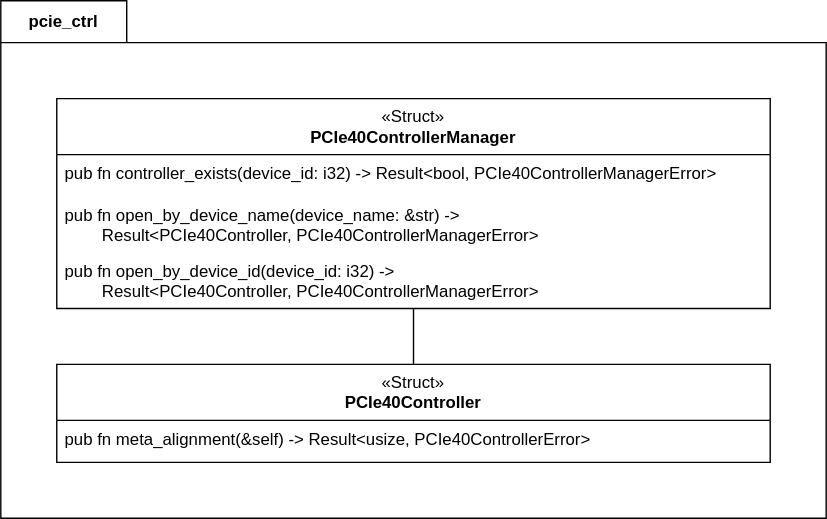
This is docs/assets/pcie40_ctrl_diagram.svg from Tikitikitikidesuka/ibverbs-rs, a draw.io export, as it was before one commit. Source tidied: cells renumbered, new cells last; positions are measured from the earlier drawing's top-left corner, leaving out a move shared by most shapes. Source of this version:
```xml
<mxGraphModel>
  <root>
    <mxCell id="0" />
    <mxCell id="1" parent="0" />
    <mxCell id="2" value="pcie_ctrl" style="shape=folder;fontStyle=1;tabWidth=90;tabHeight=30;tabPosition=left;html=1;boundedLbl=1;labelInHeader=1;whiteSpace=wrap;" parent="1" vertex="1">
      <mxGeometry width="590" height="370" as="geometry" />
    </mxCell>
    <mxCell id="3" value="«Struct»&lt;br style=&quot;border-color: var(--border-color);&quot;&gt;&lt;b&gt;PCIe40ControllerManager&lt;/b&gt;" style="swimlane;fontStyle=0;horizontal=1;startSize=40;fillColor=none;whiteSpace=wrap;html=1;" parent="2" vertex="1">
      <mxGeometry x="40" y="70" width="510" height="150" as="geometry" />
    </mxCell>
    <mxCell id="4" value="pub fn controller_exists(device_id: i32) -&amp;gt; Result&amp;lt;bool, PCIe40ControllerManagerError&amp;gt;&amp;nbsp;" style="text;strokeColor=none;fillColor=none;align=left;verticalAlign=top;spacingLeft=4;spacingRight=4;overflow=hidden;whiteSpace=wrap;html=1;" parent="3" vertex="1">
      <mxGeometry y="40" width="510" height="30" as="geometry" />
    </mxCell>
    <mxCell id="5" value="pub fn open_by_device_name(device_name: &amp;amp;str) -&amp;gt;&lt;br&gt;&lt;span style=&quot;white-space: pre;&quot;&gt;&#9;&lt;/span&gt;Result&amp;lt;PCIe40Controller, PCIe40ControllerManagerError&amp;gt;&amp;nbsp;" style="text;strokeColor=none;fillColor=none;align=left;verticalAlign=top;spacingLeft=4;spacingRight=4;overflow=hidden;whiteSpace=wrap;html=1;" parent="3" vertex="1">
      <mxGeometry y="70" width="510" height="40" as="geometry" />
    </mxCell>
    <mxCell id="6" value="pub fn open_by_device_id(device_id: i32) -&amp;gt;&lt;br&gt;&lt;span style=&quot;white-space: pre;&quot;&gt;&#9;&lt;/span&gt;Result&amp;lt;PCIe40Controller, PCIe40ControllerManagerError&amp;gt;" style="text;strokeColor=none;fillColor=none;align=left;verticalAlign=top;spacingLeft=4;spacingRight=4;overflow=hidden;whiteSpace=wrap;html=1;" parent="3" vertex="1">
      <mxGeometry y="110" width="510" height="40" as="geometry" />
    </mxCell>
    <mxCell id="7" value="«Struct»&lt;br style=&quot;border-color: var(--border-color);&quot;&gt;&lt;b&gt;PCIe40Controller&lt;/b&gt;" style="swimlane;fontStyle=0;horizontal=1;startSize=40;fillColor=none;whiteSpace=wrap;html=1;" parent="2" vertex="1">
      <mxGeometry x="40" y="260" width="510" height="70" as="geometry" />
    </mxCell>
    <mxCell id="8" value="pub fn meta_alignment(&amp;amp;self) -&amp;gt; Result&amp;lt;usize, PCIe40ControllerError&amp;gt;" style="text;strokeColor=none;fillColor=none;align=left;verticalAlign=top;spacingLeft=4;spacingRight=4;overflow=hidden;whiteSpace=wrap;html=1;" parent="7" vertex="1">
      <mxGeometry y="40" width="510" height="30" as="geometry" />
    </mxCell>
    <mxCell id="9" style="endArrow=none;html=1;rounded=0;" parent="2" edge="1" source="7" target="3">
      <mxGeometry relative="1" as="geometry" />
    </mxCell>
  </root>
</mxGraphModel>
```
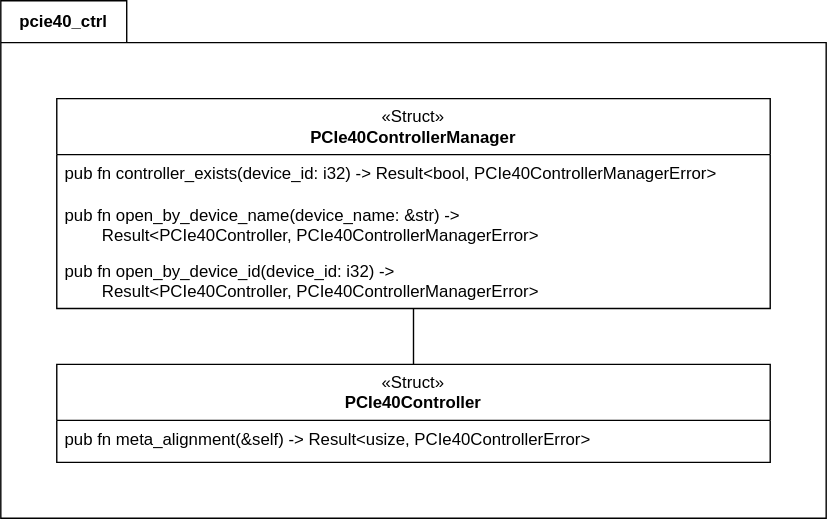
After the change.

Change to the diagram source:
```diff
@@ -2,7 +2,7 @@
   <root>
     <mxCell id="0" />
     <mxCell id="1" parent="0" />
-    <mxCell id="2" value="pcie_ctrl" style="shape=folder;fontStyle=1;tabWidth=90;tabHeight=30;tabPosition=left;html=1;boundedLbl=1;labelInHeader=1;whiteSpace=wrap;" parent="1" vertex="1">
+    <mxCell id="2" value="pcie40_ctrl" style="shape=folder;fontStyle=1;tabWidth=90;tabHeight=30;tabPosition=left;html=1;boundedLbl=1;labelInHeader=1;whiteSpace=wrap;" parent="1" vertex="1">
       <mxGeometry width="590" height="370" as="geometry" />
     </mxCell>
     <mxCell id="3" value="«Struct»&lt;br style=&quot;border-color: var(--border-color);&quot;&gt;&lt;b&gt;PCIe40ControllerManager&lt;/b&gt;" style="swimlane;fontStyle=0;horizontal=1;startSize=40;fillColor=none;whiteSpace=wrap;html=1;" parent="2" vertex="1">
```
